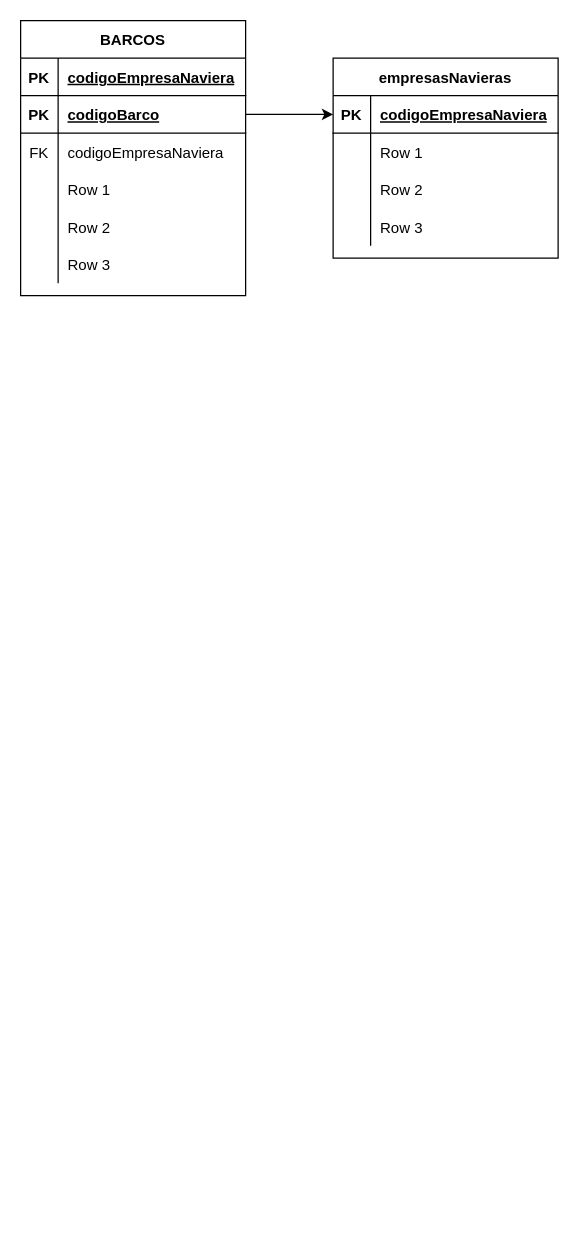
Before: TPI_Barcos/DER.drawio in FedericoRocca/DyADDBB_1erCuatrimestre_2021, a draw.io diagram. Source tidied: cells renumbered, new cells numbered last; positions are measured from the earlier drawing's top-left corner, leaving out a move shared by most shapes. Both pictures are drawn from the tidied source at 125%, with x=0, y=0 at pixel (20, 20).
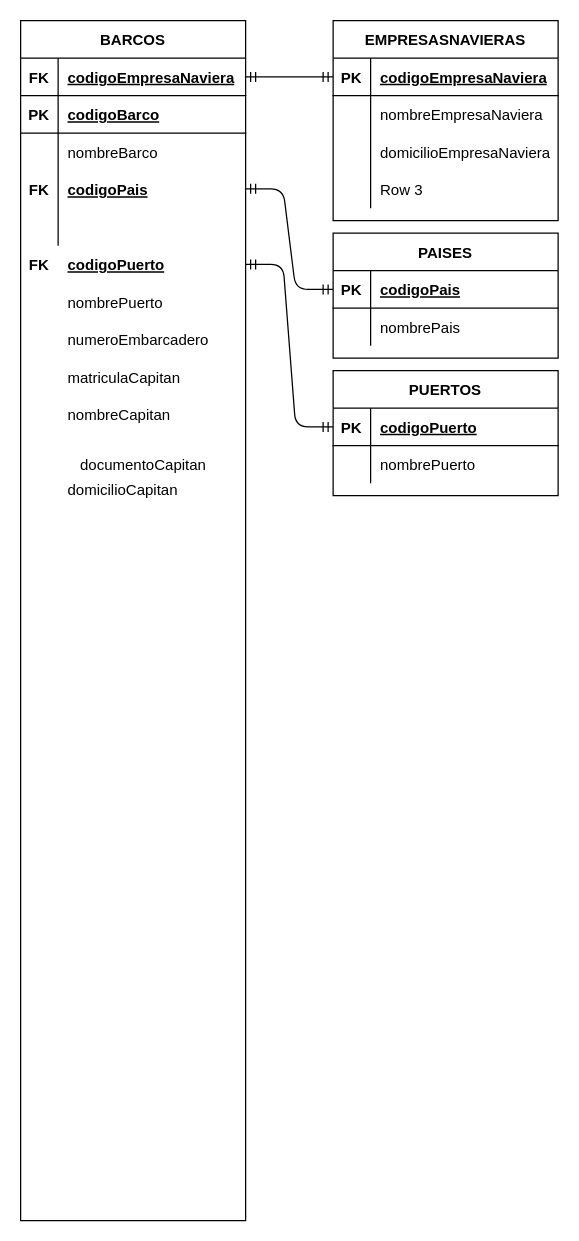
The same diagram, later.

Commit message:
Se agregan tablas externas

Unchanged cells that the change refers to:
```xml
<mxCell id="3" style="shape=partialRectangle;fillColor=none;top=0;left=0;bottom=1;right=0;points=[[0,0.5],[1,0.5]];portConstraint=eastwest;" parent="2" vertex="1">
  <mxGeometry y="30" width="180" height="30" as="geometry" />
</mxCell>
<mxCell id="6" style="shape=partialRectangle;fillColor=none;top=0;left=0;bottom=1;right=0;points=[[0,0.5],[1,0.5]];portConstraint=eastwest;" parent="2" vertex="1">
  <mxGeometry y="60" width="180" height="30" as="geometry" />
</mxCell>
<mxCell id="12" style="shape=partialRectangle;fillColor=none;top=0;left=0;bottom=0;right=0;" parent="2" vertex="1">
  <mxGeometry y="120" width="180" height="30" as="geometry" />
</mxCell>
<mxCell id="15" style="shape=partialRectangle;fillColor=none;top=0;left=0;bottom=0;right=0;" parent="2" vertex="1">
  <mxGeometry y="150" width="180" height="30" as="geometry" />
</mxCell>
```

Diff of the diagram source:
```diff
@@
     <mxCell id="2" value="BARCOS" style="shape=table;startSize=30;childLayout=tableLayout;rowLines=0;fontStyle=1;align=center;" parent="1" vertex="1">
-      <mxGeometry width="180" height="220" as="geometry" />
+      <mxGeometry width="180" height="960" as="geometry" />
     </mxCell>
@@
-    <mxCell id="4" value="PK" style="shape=partialRectangle;fillColor=none;top=0;left=0;bottom=0;right=0;fontStyle=1;overflow=hidden;" parent="3" vertex="1">
+    <mxCell id="4" value="FK" style="shape=partialRectangle;fillColor=none;top=0;left=0;bottom=0;right=0;fontStyle=1;overflow=hidden;" parent="3" vertex="1">
       <mxGeometry width="30" height="30" as="geometry" />
     </mxCell>
@@
-    <mxCell id="9" style="shape=partialRectangle;fillColor=none;top=0;left=0;bottom=0;right=0;" parent="2" vertex="1">
-      <mxGeometry y="90" width="180" height="30" as="geometry" />
-    </mxCell>
-    <mxCell id="10" value="FK" style="shape=partialRectangle;fillColor=none;top=0;left=0;bottom=0;right=0;fontStyle=0;overflow=hidden;" parent="9" vertex="1">
-      <mxGeometry width="30" height="30" as="geometry" />
-    </mxCell>
-    <mxCell id="11" value="codigoEmpresaNaviera" style="shape=partialRectangle;fillColor=none;top=0;left=0;bottom=0;right=0;align=left;spacingLeft=6;fontStyle=0;overflow=hidden;" parent="9" vertex="1">
-      <mxGeometry x="30" width="150" height="30" as="geometry" />
-    </mxCell>
+    <mxCell id="18" style="shape=partialRectangle;fillColor=none;top=0;left=0;bottom=0;right=0;" parent="2" vertex="1">
+      <mxGeometry y="90" width="180" height="30" as="geometry" />
+    </mxCell>
+    <mxCell id="19" style="shape=partialRectangle;fillColor=none;top=0;left=0;bottom=0;right=0;overflow=hidden;" parent="18" vertex="1">
+      <mxGeometry width="30" height="30" as="geometry" />
+    </mxCell>
+    <mxCell id="20" value="nombreBarco" style="shape=partialRectangle;fillColor=none;top=0;left=0;bottom=0;right=0;align=left;spacingLeft=6;overflow=hidden;" parent="18" vertex="1">
+      <mxGeometry x="30" width="150" height="30" as="geometry" />
+    </mxCell>
@@
-    <mxCell id="14" value="Row 1" style="shape=partialRectangle;fillColor=none;top=0;left=0;bottom=0;right=0;align=left;spacingLeft=6;overflow=hidden;" parent="12" vertex="1">
+    <mxCell id="14" style="shape=partialRectangle;fillColor=none;top=0;left=0;bottom=0;right=0;align=left;spacingLeft=6;overflow=hidden;" parent="12" vertex="1">
       <mxGeometry x="30" width="150" height="30" as="geometry" />
     </mxCell>
@@
-    <mxCell id="17" value="Row 2" style="shape=partialRectangle;fillColor=none;top=0;left=0;bottom=0;right=0;align=left;spacingLeft=6;overflow=hidden;" parent="15" vertex="1">
+    <mxCell id="17" style="shape=partialRectangle;fillColor=none;top=0;left=0;bottom=0;right=0;align=left;spacingLeft=6;overflow=hidden;" parent="15" vertex="1">
       <mxGeometry x="30" width="150" height="30" as="geometry" />
     </mxCell>
-    <mxCell id="18" style="shape=partialRectangle;fillColor=none;top=0;left=0;bottom=0;right=0;" parent="2" vertex="1">
-      <mxGeometry y="180" width="180" height="30" as="geometry" />
-    </mxCell>
-    <mxCell id="19" style="shape=partialRectangle;fillColor=none;top=0;left=0;bottom=0;right=0;overflow=hidden;" parent="18" vertex="1">
-      <mxGeometry width="30" height="30" as="geometry" />
-    </mxCell>
-    <mxCell id="20" value="Row 3" style="shape=partialRectangle;fillColor=none;top=0;left=0;bottom=0;right=0;align=left;spacingLeft=6;overflow=hidden;" parent="18" vertex="1">
-      <mxGeometry x="30" width="150" height="30" as="geometry" />
-    </mxCell>
-    <mxCell id="21" value="empresasNavieras" style="shape=table;startSize=30;childLayout=tableLayout;rowLines=0;fontStyle=1;align=center;" parent="1" vertex="1">
-      <mxGeometry x="250" y="30" width="180" height="160" as="geometry" />
-    </mxCell>
-    <mxCell id="22" style="shape=partialRectangle;fillColor=none;top=0;left=0;bottom=1;right=0;points=[[0,0.5],[1,0.5]];portConstraint=eastwest;" parent="21" vertex="1">
-      <mxGeometry y="30" width="180" height="30" as="geometry" />
-    </mxCell>
-    <mxCell id="23" value="PK" style="shape=partialRectangle;fillColor=none;top=0;left=0;bottom=0;right=0;fontStyle=1;overflow=hidden;" parent="22" vertex="1">
-      <mxGeometry width="30" height="30" as="geometry" />
-    </mxCell>
+    <mxCell id="35" style="shape=partialRectangle;fillColor=none;top=0;left=0;bottom=0;right=0;" parent="1" vertex="1">
+      <mxGeometry y="120" width="180" height="30" as="geometry" />
+    </mxCell>
+    <mxCell id="36" value="FK" style="shape=partialRectangle;fillColor=none;top=0;left=0;bottom=0;right=0;overflow=hidden;fontStyle=1;" parent="35" vertex="1">
+      <mxGeometry width="30" height="30" as="geometry" />
+    </mxCell>
+    <mxCell id="37" value="codigoPais" style="shape=partialRectangle;fillColor=none;top=0;left=0;bottom=0;right=0;align=left;spacingLeft=6;overflow=hidden;fontStyle=5;" parent="35" vertex="1">
+      <mxGeometry x="30" width="150" height="30" as="geometry" />
+    </mxCell>
+    <mxCell id="38" style="shape=partialRectangle;fillColor=none;top=0;left=0;bottom=0;right=0;points=[[0,0.5],[1,0.5]];portConstraint=eastwest;fontStyle=1;" parent="1" vertex="1">
+      <mxGeometry y="180" width="180" height="30" as="geometry" />
+    </mxCell>
+    <mxCell id="39" value="FK" style="shape=partialRectangle;fillColor=none;top=0;left=0;bottom=0;right=0;overflow=hidden;fontStyle=1;" parent="38" vertex="1">
+      <mxGeometry width="30" height="30" as="geometry" />
+    </mxCell>
+    <mxCell id="40" value="codigoPuerto" style="shape=partialRectangle;fillColor=none;top=0;left=0;bottom=0;right=0;align=left;spacingLeft=6;overflow=hidden;fontStyle=5;" parent="38" vertex="1">
+      <mxGeometry x="30" width="150" height="30" as="geometry" />
+    </mxCell>
+    <mxCell id="41" style="shape=partialRectangle;fillColor=none;top=0;left=0;bottom=0;right=0;" parent="1" vertex="1">
+      <mxGeometry y="210" width="180" height="30" as="geometry" />
+    </mxCell>
+    <mxCell id="42" style="shape=partialRectangle;fillColor=none;top=0;left=0;bottom=0;right=0;overflow=hidden;" parent="41" vertex="1">
+      <mxGeometry width="30" height="30" as="geometry" />
+    </mxCell>
+    <mxCell id="43" value="nombrePuerto" style="shape=partialRectangle;fillColor=none;top=0;left=0;bottom=0;right=0;align=left;spacingLeft=6;overflow=hidden;" parent="41" vertex="1">
+      <mxGeometry x="30" width="150" height="30" as="geometry" />
+    </mxCell>
+    <mxCell id="44" style="shape=partialRectangle;fillColor=none;top=0;left=0;bottom=0;right=0;" parent="1" vertex="1">
+      <mxGeometry y="240" width="180" height="30" as="geometry" />
+    </mxCell>
+    <mxCell id="45" style="shape=partialRectangle;fillColor=none;top=0;left=0;bottom=0;right=0;overflow=hidden;" parent="44" vertex="1">
+      <mxGeometry width="30" height="30" as="geometry" />
+    </mxCell>
+    <mxCell id="46" value="numeroEmbarcadero" style="shape=partialRectangle;fillColor=none;top=0;left=0;bottom=0;right=0;align=left;spacingLeft=6;overflow=hidden;" parent="44" vertex="1">
+      <mxGeometry x="30" width="150" height="30" as="geometry" />
+    </mxCell>
+    <mxCell id="47" style="shape=partialRectangle;fillColor=none;top=0;left=0;bottom=0;right=0;" parent="1" vertex="1">
+      <mxGeometry y="270" width="180" height="30" as="geometry" />
+    </mxCell>
+    <mxCell id="48" style="shape=partialRectangle;fillColor=none;top=0;left=0;bottom=0;right=0;overflow=hidden;" parent="47" vertex="1">
+      <mxGeometry width="30" height="30" as="geometry" />
+    </mxCell>
+    <mxCell id="49" value="matriculaCapitan" style="shape=partialRectangle;fillColor=none;top=0;left=0;bottom=0;right=0;align=left;spacingLeft=6;overflow=hidden;" parent="47" vertex="1">
+      <mxGeometry x="30" width="150" height="30" as="geometry" />
+    </mxCell>
+    <mxCell id="50" style="shape=partialRectangle;fillColor=none;top=0;left=0;bottom=0;right=0;" parent="1" vertex="1">
+      <mxGeometry y="300" width="180" height="30" as="geometry" />
+    </mxCell>
+    <mxCell id="51" style="shape=partialRectangle;fillColor=none;top=0;left=0;bottom=0;right=0;overflow=hidden;" parent="50" vertex="1">
+      <mxGeometry width="30" height="30" as="geometry" />
+    </mxCell>
+    <mxCell id="52" value="nombreCapitan" style="shape=partialRectangle;fillColor=none;top=0;left=0;bottom=0;right=0;align=left;spacingLeft=6;overflow=hidden;" parent="50" vertex="1">
+      <mxGeometry x="30" width="150" height="30" as="geometry" />
+    </mxCell>
+    <mxCell id="53" style="shape=partialRectangle;fillColor=none;top=0;left=0;bottom=0;right=0;" parent="1" vertex="1">
+      <mxGeometry x="10" y="340" width="180" height="30" as="geometry" />
+    </mxCell>
+    <mxCell id="54" style="shape=partialRectangle;fillColor=none;top=0;left=0;bottom=0;right=0;overflow=hidden;" parent="53" vertex="1">
+      <mxGeometry width="30" height="30" as="geometry" />
+    </mxCell>
+    <mxCell id="55" value="documentoCapitan" style="shape=partialRectangle;fillColor=none;top=0;left=0;bottom=0;right=0;align=left;spacingLeft=6;overflow=hidden;" parent="53" vertex="1">
+      <mxGeometry x="30" width="150" height="30" as="geometry" />
+    </mxCell>
+    <mxCell id="56" style="shape=partialRectangle;fillColor=none;top=0;left=0;bottom=0;right=0;" parent="1" vertex="1">
+      <mxGeometry y="360" width="180" height="30" as="geometry" />
+    </mxCell>
+    <mxCell id="57" style="shape=partialRectangle;fillColor=none;top=0;left=0;bottom=0;right=0;overflow=hidden;" parent="56" vertex="1">
+      <mxGeometry width="30" height="30" as="geometry" />
+    </mxCell>
+    <mxCell id="58" value="domicilioCapitan" style="shape=partialRectangle;fillColor=none;top=0;left=0;bottom=0;right=0;align=left;spacingLeft=6;overflow=hidden;" parent="56" vertex="1">
+      <mxGeometry x="30" width="150" height="30" as="geometry" />
+    </mxCell>
+    <mxCell id="59" value="EMPRESASNAVIERAS" style="shape=table;startSize=30;childLayout=tableLayout;rowLines=0;fontStyle=1;align=center;" parent="1" vertex="1">
+      <mxGeometry x="250" width="180" height="160" as="geometry" />
+    </mxCell>
+    <mxCell id="60" style="shape=partialRectangle;fillColor=none;top=0;left=0;bottom=1;right=0;points=[[0,0.5],[1,0.5]];portConstraint=eastwest;" parent="59" vertex="1">
+      <mxGeometry y="30" width="180" height="30" as="geometry" />
+    </mxCell>
+    <mxCell id="61" value="PK" style="shape=partialRectangle;fillColor=none;top=0;left=0;bottom=0;right=0;fontStyle=1;overflow=hidden;" parent="60" vertex="1">
+      <mxGeometry width="30" height="30" as="geometry" />
+    </mxCell>
-    <mxCell id="24" value="codigoEmpresaNaviera" style="shape=partialRectangle;fillColor=none;top=0;left=0;bottom=0;right=0;align=left;spacingLeft=6;fontStyle=5;overflow=hidden;" parent="22" vertex="1">
+    <mxCell id="24" value="codigoEmpresaNaviera" style="shape=partialRectangle;fillColor=none;top=0;left=0;bottom=0;right=0;align=left;spacingLeft=6;fontStyle=5;overflow=hidden;" parent="60" vertex="1">
       <mxGeometry x="30" width="150" height="30" as="geometry" />
     </mxCell>
-    <mxCell id="25" style="shape=partialRectangle;fillColor=none;top=0;left=0;bottom=0;right=0;" parent="21" vertex="1">
-      <mxGeometry y="60" width="180" height="30" as="geometry" />
-    </mxCell>
-    <mxCell id="26" style="shape=partialRectangle;fillColor=none;top=0;left=0;bottom=0;right=0;overflow=hidden;" parent="25" vertex="1">
-      <mxGeometry width="30" height="30" as="geometry" />
-    </mxCell>
-    <mxCell id="27" value="Row 1" style="shape=partialRectangle;fillColor=none;top=0;left=0;bottom=0;right=0;align=left;spacingLeft=6;overflow=hidden;" parent="25" vertex="1">
-      <mxGeometry x="30" width="150" height="30" as="geometry" />
-    </mxCell>
-    <mxCell id="28" style="shape=partialRectangle;fillColor=none;top=0;left=0;bottom=0;right=0;" parent="21" vertex="1">
-      <mxGeometry y="90" width="180" height="30" as="geometry" />
-    </mxCell>
-    <mxCell id="29" style="shape=partialRectangle;fillColor=none;top=0;left=0;bottom=0;right=0;overflow=hidden;" parent="28" vertex="1">
-      <mxGeometry width="30" height="30" as="geometry" />
-    </mxCell>
-    <mxCell id="30" value="Row 2" style="shape=partialRectangle;fillColor=none;top=0;left=0;bottom=0;right=0;align=left;spacingLeft=6;overflow=hidden;" parent="28" vertex="1">
-      <mxGeometry x="30" width="150" height="30" as="geometry" />
-    </mxCell>
+    <mxCell id="62" style="shape=partialRectangle;fillColor=none;top=0;left=0;bottom=0;right=0;" parent="59" vertex="1">
+      <mxGeometry y="60" width="180" height="30" as="geometry" />
+    </mxCell>
+    <mxCell id="63" style="shape=partialRectangle;fillColor=none;top=0;left=0;bottom=0;right=0;overflow=hidden;" parent="62" vertex="1">
+      <mxGeometry width="30" height="30" as="geometry" />
+    </mxCell>
+    <mxCell id="64" value="nombreEmpresaNaviera" style="shape=partialRectangle;fillColor=none;top=0;left=0;bottom=0;right=0;align=left;spacingLeft=6;overflow=hidden;" parent="62" vertex="1">
+      <mxGeometry x="30" width="150" height="30" as="geometry" />
+    </mxCell>
+    <mxCell id="65" style="shape=partialRectangle;fillColor=none;top=0;left=0;bottom=0;right=0;" parent="59" vertex="1">
+      <mxGeometry y="90" width="180" height="30" as="geometry" />
+    </mxCell>
+    <mxCell id="66" style="shape=partialRectangle;fillColor=none;top=0;left=0;bottom=0;right=0;overflow=hidden;" parent="65" vertex="1">
+      <mxGeometry width="30" height="30" as="geometry" />
+    </mxCell>
+    <mxCell id="67" value="domicilioEmpresaNaviera" style="shape=partialRectangle;fillColor=none;top=0;left=0;bottom=0;right=0;align=left;spacingLeft=6;overflow=hidden;" parent="65" vertex="1">
+      <mxGeometry x="30" width="150" height="30" as="geometry" />
+    </mxCell>
-    <mxCell id="31" style="shape=partialRectangle;fillColor=none;top=0;left=0;bottom=0;right=0;" parent="21" vertex="1">
+    <mxCell id="31" style="shape=partialRectangle;fillColor=none;top=0;left=0;bottom=0;right=0;" parent="59" vertex="1">
       <mxGeometry y="120" width="180" height="30" as="geometry" />
     </mxCell>
-    <mxCell id="32" style="shape=partialRectangle;fillColor=none;top=0;left=0;bottom=0;right=0;overflow=hidden;" parent="31" vertex="1">
-      <mxGeometry width="30" height="30" as="geometry" />
-    </mxCell>
+    <mxCell id="68" style="shape=partialRectangle;fillColor=none;top=0;left=0;bottom=0;right=0;overflow=hidden;" parent="31" vertex="1">
+      <mxGeometry width="30" height="30" as="geometry" />
+    </mxCell>
@@
-    <mxCell id="34" style="edgeStyle=orthogonalEdgeStyle;jettySize=auto;html=1;exitX=1;exitY=0.5;exitDx=0;exitDy=0;entryX=0;entryY=0.5;entryDx=0;entryDy=0;backgroundOutline=0;fixDash=0;snapToPoint=0;perimeterSpacing=0;" parent="1" edge="1" source="6" target="22">
-      <mxGeometry relative="1" as="geometry" />
-    </mxCell>
+    <mxCell id="69" style="edgeStyle=entityRelationEdgeStyle;fontSize=12;html=1;endArrow=ERmandOne;startArrow=ERmandOne;entryX=0;entryY=0.5;entryDx=0;entryDy=0;" parent="1" edge="1" source="3" target="60">
+      <mxGeometry relative="1" as="geometry" />
+    </mxCell>
+    <mxCell id="70" value="PAISES" style="shape=table;startSize=30;childLayout=tableLayout;rowLines=0;fontStyle=1;align=center;" parent="1" vertex="1">
+      <mxGeometry x="250" y="170" width="180" height="100" as="geometry" />
+    </mxCell>
+    <mxCell id="71" style="shape=partialRectangle;fillColor=none;top=0;left=0;bottom=1;right=0;points=[[0,0.5],[1,0.5]];portConstraint=eastwest;" parent="70" vertex="1">
+      <mxGeometry y="30" width="180" height="30" as="geometry" />
+    </mxCell>
+    <mxCell id="72" value="PK" style="shape=partialRectangle;fillColor=none;top=0;left=0;bottom=0;right=0;fontStyle=1;overflow=hidden;" parent="71" vertex="1">
+      <mxGeometry width="30" height="30" as="geometry" />
+    </mxCell>
+    <mxCell id="73" value="codigoPais" style="shape=partialRectangle;fillColor=none;top=0;left=0;bottom=0;right=0;align=left;spacingLeft=6;fontStyle=5;overflow=hidden;" parent="71" vertex="1">
+      <mxGeometry x="30" width="150" height="30" as="geometry" />
+    </mxCell>
+    <mxCell id="74" style="shape=partialRectangle;fillColor=none;top=0;left=0;bottom=0;right=0;" parent="70" vertex="1">
+      <mxGeometry y="60" width="180" height="30" as="geometry" />
+    </mxCell>
+    <mxCell id="75" style="shape=partialRectangle;fillColor=none;top=0;left=0;bottom=0;right=0;overflow=hidden;" parent="74" vertex="1">
+      <mxGeometry width="30" height="30" as="geometry" />
+    </mxCell>
+    <mxCell id="76" value="nombrePais" style="shape=partialRectangle;fillColor=none;top=0;left=0;bottom=0;right=0;align=left;spacingLeft=6;overflow=hidden;" parent="74" vertex="1">
+      <mxGeometry x="30" width="150" height="30" as="geometry" />
+    </mxCell>
+    <mxCell id="77" style="edgeStyle=entityRelationEdgeStyle;fontSize=12;html=1;endArrow=ERmandOne;startArrow=ERmandOne;entryX=0;entryY=0.5;entryDx=0;entryDy=0;" parent="1" edge="1" target="71">
+      <mxGeometry relative="1" as="geometry">
+        <mxPoint x="180" y="134.5" as="sourcePoint" />
+      </mxGeometry>
+    </mxCell>
+    <mxCell id="78" value="PUERTOS" style="shape=table;startSize=30;childLayout=tableLayout;rowLines=0;fontStyle=1;align=center;" parent="1" vertex="1">
+      <mxGeometry x="250" y="280" width="180" height="100" as="geometry" />
+    </mxCell>
+    <mxCell id="79" style="shape=partialRectangle;fillColor=none;top=0;left=0;bottom=1;right=0;points=[[0,0.5],[1,0.5]];portConstraint=eastwest;" parent="78" vertex="1">
+      <mxGeometry y="30" width="180" height="30" as="geometry" />
+    </mxCell>
+    <mxCell id="80" value="PK" style="shape=partialRectangle;fillColor=none;top=0;left=0;bottom=0;right=0;fontStyle=1;overflow=hidden;" parent="79" vertex="1">
+      <mxGeometry width="30" height="30" as="geometry" />
+    </mxCell>
+    <mxCell id="81" value="codigoPuerto" style="shape=partialRectangle;fillColor=none;top=0;left=0;bottom=0;right=0;align=left;spacingLeft=6;fontStyle=5;overflow=hidden;" parent="79" vertex="1">
+      <mxGeometry x="30" width="150" height="30" as="geometry" />
+    </mxCell>
+    <mxCell id="82" style="shape=partialRectangle;fillColor=none;top=0;left=0;bottom=0;right=0;" parent="78" vertex="1">
+      <mxGeometry y="60" width="180" height="30" as="geometry" />
+    </mxCell>
+    <mxCell id="83" style="shape=partialRectangle;fillColor=none;top=0;left=0;bottom=0;right=0;overflow=hidden;" parent="82" vertex="1">
+      <mxGeometry width="30" height="30" as="geometry" />
+    </mxCell>
+    <mxCell id="84" value="nombrePuerto" style="shape=partialRectangle;fillColor=none;top=0;left=0;bottom=0;right=0;align=left;spacingLeft=6;overflow=hidden;" parent="82" vertex="1">
+      <mxGeometry x="30" width="150" height="30" as="geometry" />
+    </mxCell>
+    <mxCell id="85" style="edgeStyle=entityRelationEdgeStyle;fontSize=12;html=1;endArrow=ERmandOne;startArrow=ERmandOne;entryX=0;entryY=0.5;entryDx=0;entryDy=0;exitX=1;exitY=0.5;exitDx=0;exitDy=0;" parent="1" edge="1" source="38" target="79">
+      <mxGeometry relative="1" as="geometry" />
+    </mxCell>
```
